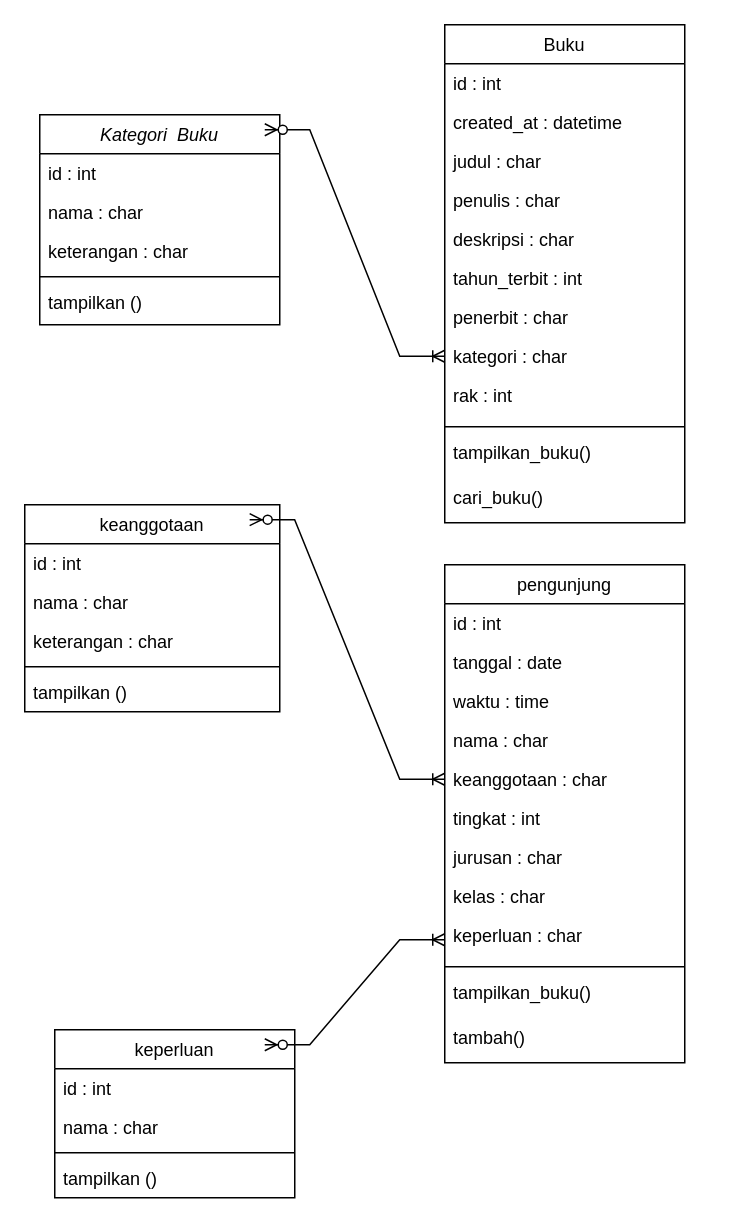
litaanjelita/alur-perpus-digital keeps this draw.io diagram as class-diagram-perpus-digital.drawio. Above is the earlier version. Source tidied: cells renumbered, new cells numbered last; positions are measured from the earlier drawing's top-left corner, leaving out a move shared by most shapes. Both pictures are drawn from the tidied source at 150%, with x=0, y=0 at pixel (24, 24).
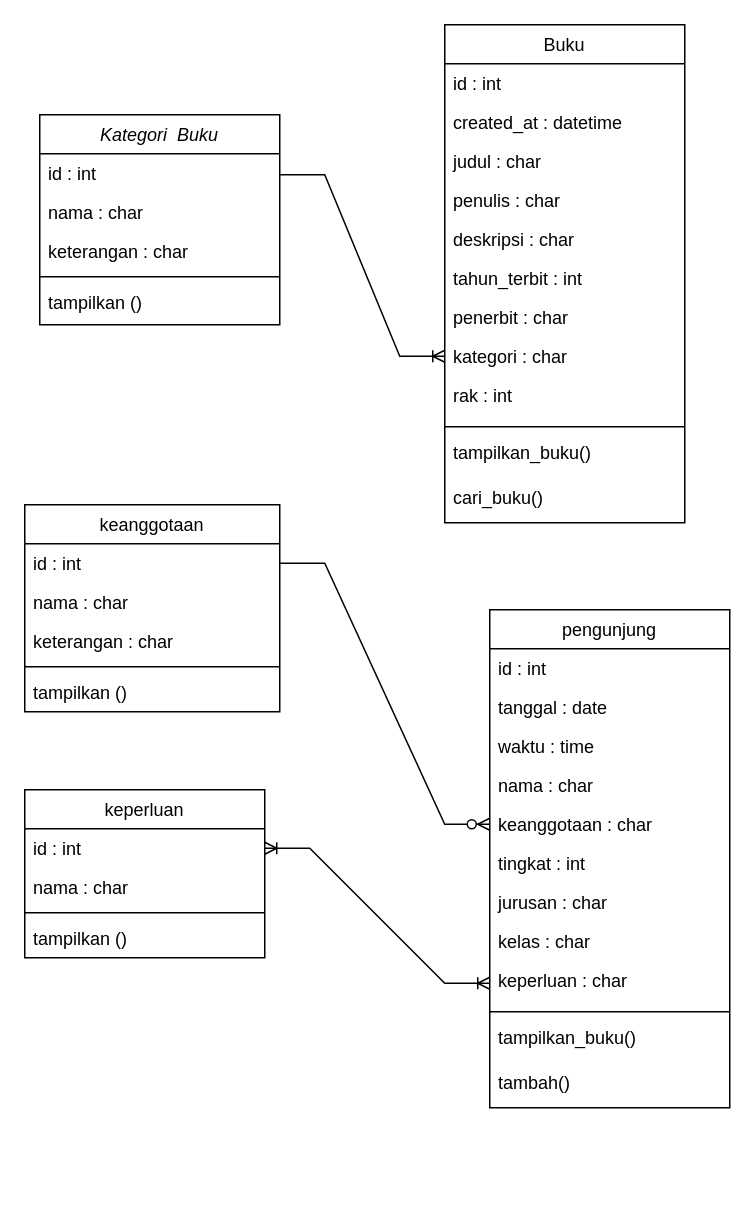
After the change.

Unchanged cells that the change refers to:
```xml
<mxCell id="8" value="keanggotaan" style="swimlane;fontStyle=0;align=center;verticalAlign=top;horizontal=1;startSize=26;rounded=0;shadow=0;strokeWidth=1;" parent="1" vertex="1">
  <mxGeometry y="320" width="170" height="138" as="geometry" />
</mxCell>
<mxCell id="9" value="id : int" style="text;align=left;verticalAlign=top;spacingLeft=4;spacingRight=4;overflow=hidden;points=[[0,0.5],[1,0.5]];portConstraint=eastwest;" parent="8" vertex="1">
  <mxGeometry y="26" width="170" height="26" as="geometry" />
</mxCell>
<mxCell id="22" value="kategori : char" style="text;align=left;verticalAlign=top;spacingLeft=4;spacingRight=4;overflow=hidden;points=[[0,0.5],[1,0.5]];portConstraint=eastwest;" parent="14" vertex="1">
  <mxGeometry y="208" width="160" height="26" as="geometry" />
</mxCell>
<mxCell id="28" value="id : int" style="text;align=left;verticalAlign=top;spacingLeft=4;spacingRight=4;overflow=hidden;points=[[0,0.5],[1,0.5]];portConstraint=eastwest;" parent="27" vertex="1">
  <mxGeometry y="26" width="160" height="26" as="geometry" />
</mxCell>
<mxCell id="37" value="keanggotaan : char" style="text;align=left;verticalAlign=top;spacingLeft=4;spacingRight=4;overflow=hidden;points=[[0,0.5],[1,0.5]];portConstraint=eastwest;rounded=0;shadow=0;html=0;" parent="32" vertex="1">
  <mxGeometry y="130" width="160" height="26" as="geometry" />
</mxCell>
<mxCell id="41" value="keperluan : char" style="text;align=left;verticalAlign=top;spacingLeft=4;spacingRight=4;overflow=hidden;points=[[0,0.5],[1,0.5]];portConstraint=eastwest;" parent="32" vertex="1">
  <mxGeometry y="234" width="160" height="30" as="geometry" />
</mxCell>
```

Diff of the diagram source:
```diff
@@
     <mxCell id="27" value="keperluan" style="swimlane;fontStyle=0;align=center;verticalAlign=top;horizontal=1;startSize=26;rounded=0;shadow=0;strokeWidth=1;" parent="1" vertex="1">
-      <mxGeometry x="20" y="670" width="160" height="112" as="geometry" />
+      <mxGeometry y="510" width="160" height="112" as="geometry" />
     </mxCell>
@@
     <mxCell id="32" value="pengunjung" style="swimlane;fontStyle=0;align=center;verticalAlign=top;horizontal=1;startSize=26;rounded=0;shadow=0;strokeWidth=1;" parent="1" vertex="1">
-      <mxGeometry x="280" y="360" width="160" height="332" as="geometry" />
+      <mxGeometry x="310" y="390" width="160" height="332" as="geometry" />
     </mxCell>
@@
-    <mxCell id="45" style="edgeStyle=entityRelationEdgeStyle;fontSize=12;html=1;endArrow=ERoneToMany;startArrow=ERzeroToMany;rounded=0;entryX=0;entryY=0.5;entryDx=0;entryDy=0;" parent="1" edge="1" target="22">
-      <mxGeometry relative="1" as="geometry">
-        <mxPoint x="160" y="70" as="sourcePoint" />
-      </mxGeometry>
-    </mxCell>
-    <mxCell id="46" style="edgeStyle=entityRelationEdgeStyle;fontSize=12;html=1;endArrow=ERoneToMany;startArrow=ERzeroToMany;rounded=0;exitX=0.882;exitY=0.072;exitDx=0;exitDy=0;exitPerimeter=0;entryX=0;entryY=0.5;entryDx=0;entryDy=0;" parent="1" edge="1" source="8" target="37">
-      <mxGeometry relative="1" as="geometry" />
-    </mxCell>
-    <mxCell id="47" style="edgeStyle=entityRelationEdgeStyle;fontSize=12;html=1;endArrow=ERoneToMany;startArrow=ERzeroToMany;rounded=0;exitX=0.875;exitY=0.089;exitDx=0;exitDy=0;exitPerimeter=0;" parent="1" edge="1" source="27">
-      <mxGeometry relative="1" as="geometry">
-        <mxPoint x="280" y="610" as="targetPoint" />
-        <Array as="points">
-          <mxPoint x="160" y="680" />
-          <mxPoint x="240" y="590" />
-        </Array>
-      </mxGeometry>
-    </mxCell>
+    <mxCell id="48" style="edgeStyle=entityRelationEdgeStyle;fontSize=12;html=1;endArrow=ERzeroToMany;endFill=1;rounded=0;entryX=0;entryY=0.5;entryDx=0;entryDy=0;exitX=1;exitY=0.5;exitDx=0;exitDy=0;" parent="1" edge="1" source="9" target="37">
+      <mxGeometry relative="1" as="geometry">
+        <Array as="points">
+          <mxPoint x="230" y="270" />
+        </Array>
+      </mxGeometry>
+    </mxCell>
+    <mxCell id="49" style="edgeStyle=entityRelationEdgeStyle;fontSize=12;html=1;endArrow=ERoneToMany;rounded=0;entryX=0;entryY=0.5;entryDx=0;entryDy=0;" parent="1" edge="1" target="22">
+      <mxGeometry relative="1" as="geometry">
+        <mxPoint x="170" y="100" as="sourcePoint" />
+      </mxGeometry>
+    </mxCell>
+    <mxCell id="50" style="edgeStyle=entityRelationEdgeStyle;fontSize=12;html=1;endArrow=ERoneToMany;startArrow=ERoneToMany;rounded=0;entryX=0;entryY=0.5;entryDx=0;entryDy=0;exitX=1;exitY=0.5;exitDx=0;exitDy=0;" parent="1" edge="1" source="28" target="41">
+      <mxGeometry relative="1" as="geometry" />
+    </mxCell>
```
